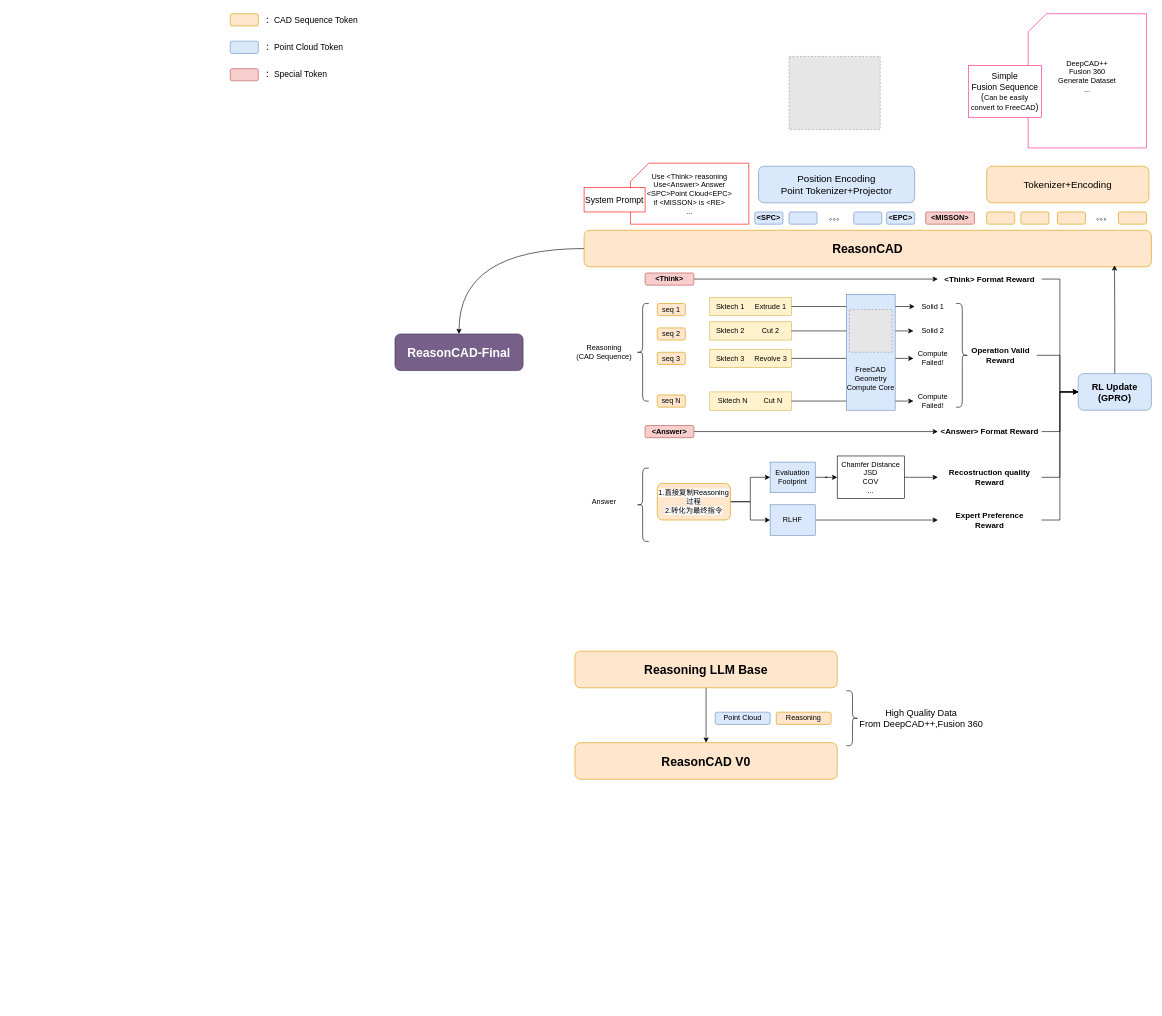
This is ReasonCAD-pipeline.drawio from spaceboy202105/img, a draw.io file, before an edit. Source tidied: cells renumbered, new cells numbered last; positions are measured from the earlier drawing's top-left corner, leaving out a move shared by most shapes. Both pictures are drawn from the tidied source at 61%, with x=0, y=0 at pixel (230, 10). Pictures stored in the file or linked from it are replaced by grey dashed boxes.
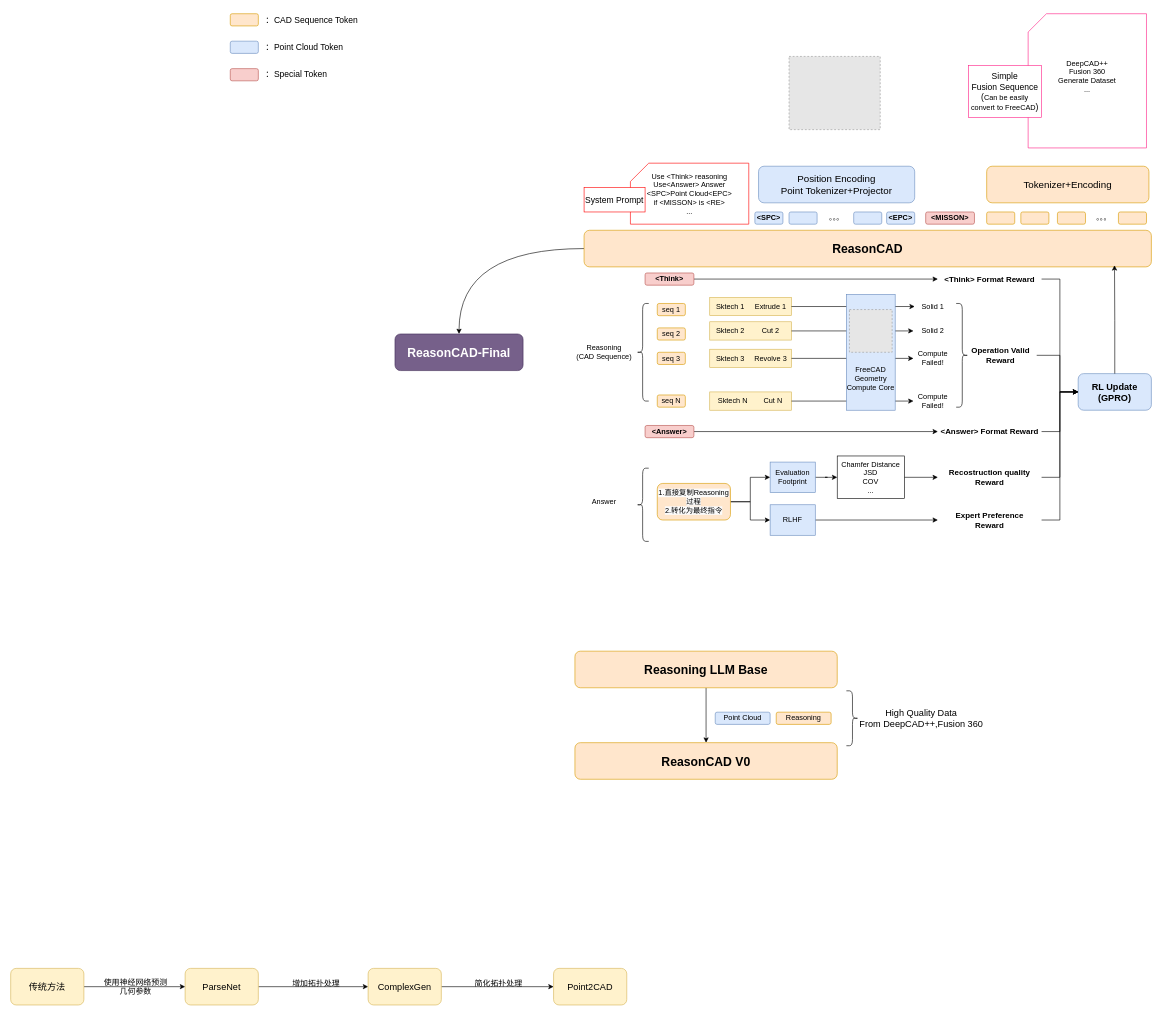
The same diagram, later.

Change to the diagram source:
```diff
@@
+    <mxCell id="92" style="edgeStyle=orthogonalEdgeStyle;rounded=0;jettySize=auto;html=1;" parent="1" edge="1" source="93" target="95">
+      <mxGeometry relative="1" as="geometry" />
+    </mxCell>
+    <mxCell id="93" value="ParseNet" style="rounded=1;whiteSpace=wrap;html=1;fontSize=15;fillColor=#fff2cc;strokeColor=#d6b656;" parent="1" vertex="1">
+      <mxGeometry x="-74" y="1570" width="120" height="60" as="geometry" />
+    </mxCell>
+    <mxCell id="94" style="edgeStyle=orthogonalEdgeStyle;rounded=0;jettySize=auto;html=1;" parent="1" edge="1" source="95" target="96">
+      <mxGeometry relative="1" as="geometry" />
+    </mxCell>
+    <mxCell id="95" value="ComplexGen" style="rounded=1;whiteSpace=wrap;html=1;fontSize=15;fillColor=#fff2cc;strokeColor=#d6b656;" parent="1" vertex="1">
+      <mxGeometry x="226" y="1570" width="120" height="60" as="geometry" />
+    </mxCell>
+    <mxCell id="96" value="Point2CAD" style="rounded=1;whiteSpace=wrap;html=1;fontSize=15;fillColor=#fff2cc;strokeColor=#d6b656;" parent="1" vertex="1">
+      <mxGeometry x="530" y="1570" width="120" height="60" as="geometry" />
+    </mxCell>
+    <mxCell id="97" value="增加拓扑处理" style="text;html=1;align=center;verticalAlign=middle;whiteSpace=wrap;rounded=0;fontSize=13;" parent="1" vertex="1">
+      <mxGeometry x="91" y="1580" width="100" height="30" as="geometry" />
+    </mxCell>
+    <mxCell id="98" value="简化拓扑处理" style="text;html=1;align=center;verticalAlign=middle;whiteSpace=wrap;rounded=0;fontSize=13;" parent="1" vertex="1">
+      <mxGeometry x="390" y="1580" width="100" height="30" as="geometry" />
+    </mxCell>
+    <mxCell id="99" style="edgeStyle=orthogonalEdgeStyle;rounded=0;jettySize=auto;html=1;entryX=0;entryY=0.5;entryDx=0;entryDy=0;" parent="1" edge="1" source="100" target="93">
+      <mxGeometry relative="1" as="geometry" />
+    </mxCell>
+    <mxCell id="100" value="传统方法" style="rounded=1;whiteSpace=wrap;html=1;fillColor=#fff2cc;strokeColor=#d6b656;fontSize=15;" parent="1" vertex="1">
+      <mxGeometry x="-360" y="1570" width="120" height="60" as="geometry" />
+    </mxCell>
+    <mxCell id="101" value="使用神经网络预测&lt;br&gt;几何参数" style="text;html=1;align=center;verticalAlign=middle;whiteSpace=wrap;rounded=0;fontSize=13;" parent="1" vertex="1">
+      <mxGeometry x="-210" y="1585" width="110" height="30" as="geometry" />
+    </mxCell>
```
